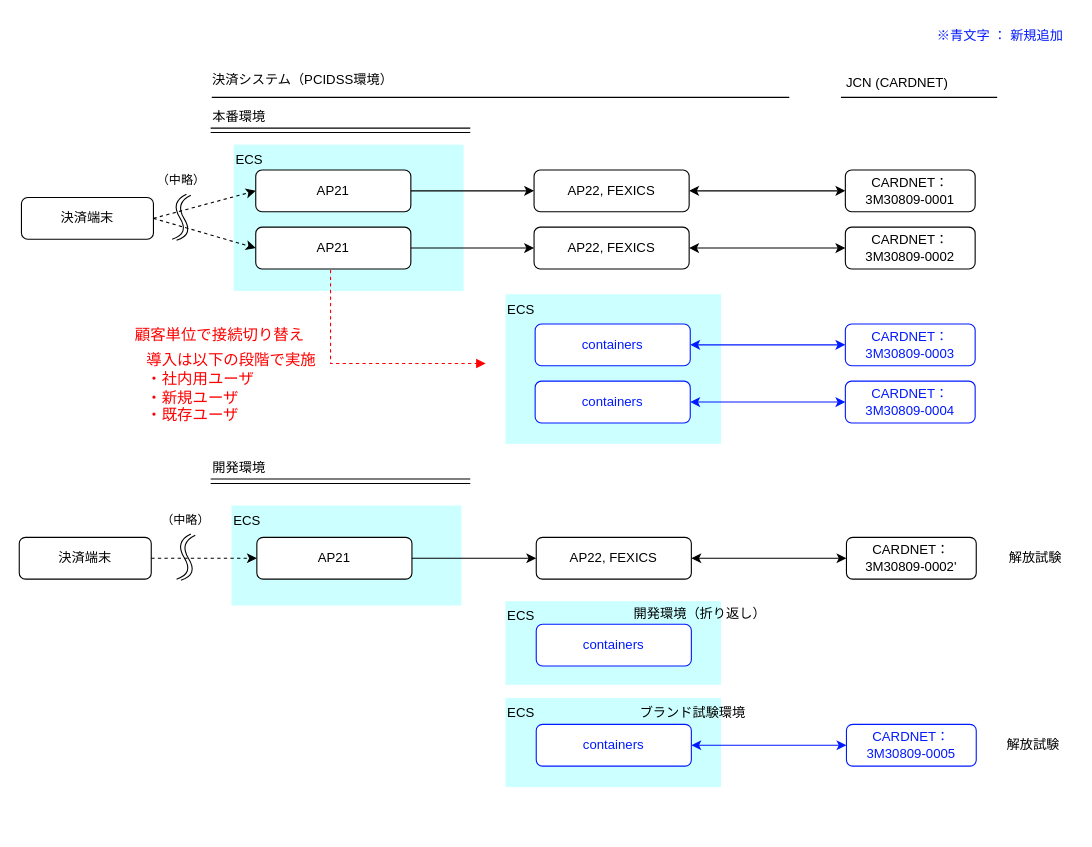
Earlier version of the draw.io diagram page "全体構成(CARDNET)" (2 of 2) of FEXICS/obj/migration_plan.drawio (kyoshizawa/kywiki2). Source tidied: cells renumbered, new cells numbered last; positions are measured from the earlier drawing's top-left corner, leaving out a move shared by most shapes. Both pictures are drawn from the tidied source at 110%, with x=0, y=0 at pixel (19, 19).
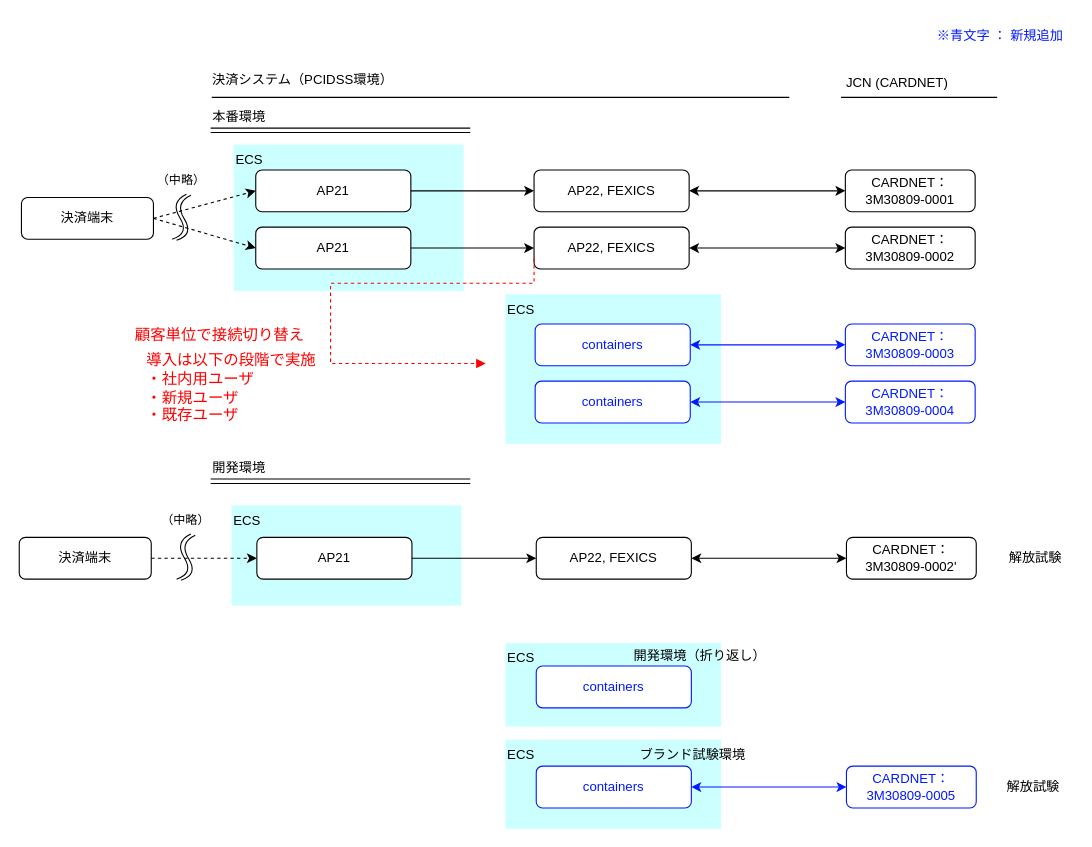
The same diagram, later.

The change refers to these unchanged cells:
```xml
<mxCell id="18" value="AP22, FEXICS" style="rounded=1;whiteSpace=wrap;html=1;" parent="1" vertex="1">
  <mxGeometry x="468" y="189" width="141" height="38" as="geometry" />
</mxCell>
```

What changed in the source:
```diff
@@
     <mxCell id="4" value="ECS" style="rounded=0;whiteSpace=wrap;html=1;fillColor=light-dark(#CCFFFF,#1F2F1E);strokeColor=none;align=left;verticalAlign=top;" parent="1" vertex="1">
-      <mxGeometry x="442" y="529" width="196" height="76" as="geometry" />
+      <mxGeometry x="442" y="567" width="196" height="76" as="geometry" />
     </mxCell>
@@
     <mxCell id="19" value="&lt;span style=&quot;color: rgb(0, 25, 255);&quot;&gt;CARDNET：&lt;/span&gt;&lt;br style=&quot;color: rgb(0, 25, 255);&quot;&gt;&lt;span style=&quot;color: rgb(0, 25, 255);&quot;&gt;3M30809-0005&lt;/span&gt;" style="rounded=1;whiteSpace=wrap;html=1;strokeColor=#0019FF;" parent="1" vertex="1">
-      <mxGeometry x="752" y="641" width="118" height="38" as="geometry" />
+      <mxGeometry x="752" y="679" width="118" height="38" as="geometry" />
     </mxCell>
     <mxCell id="20" value="解放試験" style="text;html=1;align=center;verticalAlign=middle;whiteSpace=wrap;rounded=0;" parent="1" vertex="1">
-      <mxGeometry x="892" y="645" width="60" height="30" as="geometry" />
+      <mxGeometry x="892" y="683" width="60" height="30" as="geometry" />
     </mxCell>
@@
     <mxCell id="35" value="ECS" style="rounded=0;whiteSpace=wrap;html=1;fillColor=light-dark(#CCFFFF,#1F2F1E);strokeColor=none;align=left;verticalAlign=top;" parent="1" vertex="1">
-      <mxGeometry x="442" y="617" width="196" height="81" as="geometry" />
+      <mxGeometry x="442" y="655" width="196" height="81" as="geometry" />
     </mxCell>
@@
     <mxCell id="40" value="&lt;font style=&quot;color: rgb(0, 25, 255);&quot;&gt;containers&lt;/font&gt;" style="rounded=1;whiteSpace=wrap;html=1;strokeColor=#0019FF;" parent="1" vertex="1">
-      <mxGeometry x="470" y="641" width="141" height="38" as="geometry" />
+      <mxGeometry x="470" y="679" width="141" height="38" as="geometry" />
     </mxCell>
@@
     <mxCell id="57" value="&lt;font style=&quot;color: rgb(0, 25, 255);&quot;&gt;containers&lt;/font&gt;" style="rounded=1;whiteSpace=wrap;html=1;strokeColor=#0019FF;" parent="1" vertex="1">
-      <mxGeometry x="470" y="550" width="141" height="38" as="geometry" />
+      <mxGeometry x="470" y="588" width="141" height="38" as="geometry" />
     </mxCell>
     <mxCell id="58" value="開発環境（折り返し）" style="text;html=1;align=center;verticalAlign=middle;whiteSpace=wrap;rounded=0;" parent="1" vertex="1">
-      <mxGeometry x="558" y="526" width="117" height="30" as="geometry" />
+      <mxGeometry x="558" y="564" width="117" height="30" as="geometry" />
     </mxCell>
     <mxCell id="59" value="ブランド試験環境" style="text;html=1;align=center;verticalAlign=middle;whiteSpace=wrap;rounded=0;" parent="1" vertex="1">
-      <mxGeometry x="554" y="616" width="117" height="30" as="geometry" />
+      <mxGeometry x="554" y="654" width="117" height="30" as="geometry" />
     </mxCell>
@@
-    <mxCell id="62" style="endArrow=block;dashed=1;html=1;rounded=0;strokeColor=light-dark(#ff0000, #ededed);edgeStyle=orthogonalEdgeStyle;endFill=1;" parent="60" edge="1">
+    <mxCell id="62" style="endArrow=block;dashed=1;html=1;rounded=0;strokeColor=light-dark(#ff0000, #ededed);edgeStyle=orthogonalEdgeStyle;endFill=1;exitX=0;exitY=0.75;exitDx=0;exitDy=0;" parent="60" edge="1" source="18">
       <mxGeometry relative="1" as="geometry">
-        <mxPoint x="283" y="228" as="sourcePoint" />
         <mxPoint x="424" y="313" as="targetPoint" />
         <Array as="points">
+          <mxPoint x="468" y="240" />
+          <mxPoint x="283" y="240" />
           <mxPoint x="283" y="313" />
         </Array>
       </mxGeometry>
     </mxCell>
```
